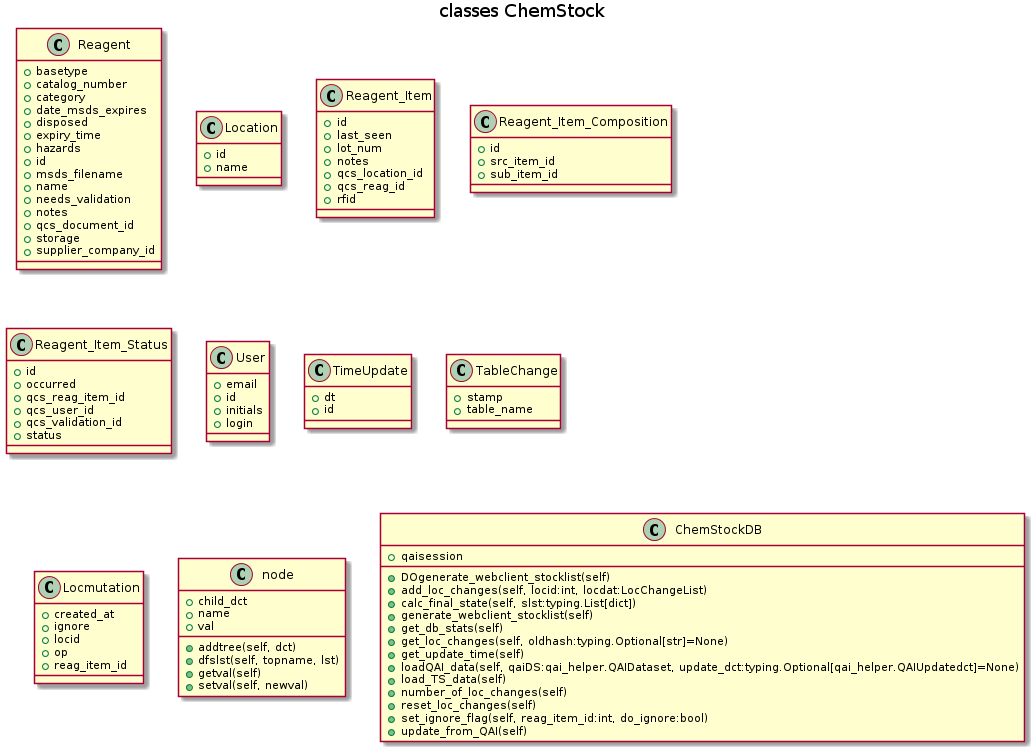
Above: stocky-devel/stocky/docs/source/uml_images/classes_ChemStock_classes.png in cfe-lab/stocky (PlantUML), before the change.
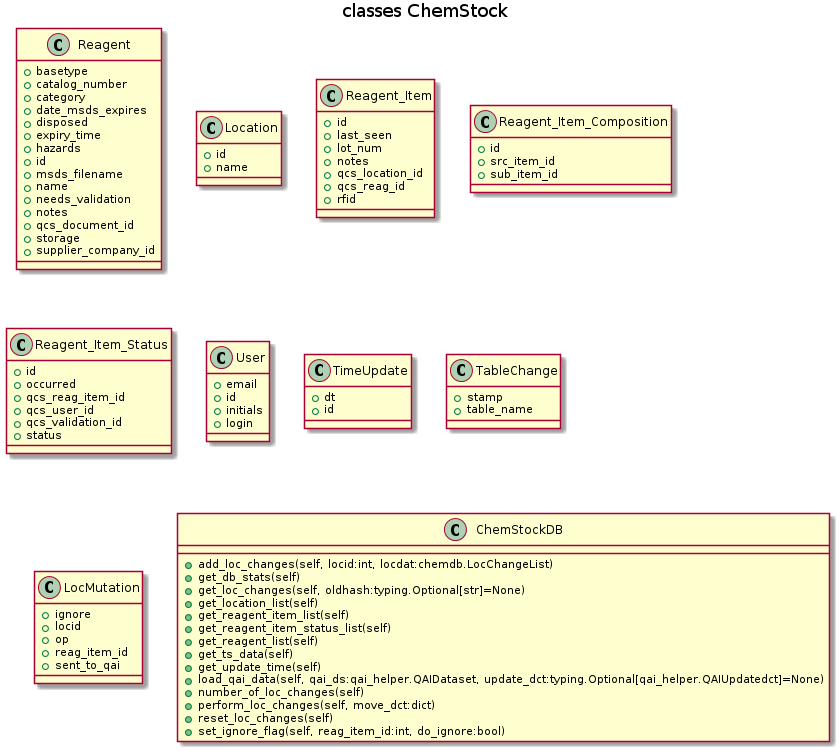
After the change.

What changed in the source:
```diff
@@ -57,37 +57,28 @@
     +stamp
     +table_name
 }
-class Locmutation {
-    +created_at
+class LocMutation {
     +ignore
     +locid
     +op
     +reag_item_id
-}
-class node {
-    +child_dct
-    +name
-    +val
-    +addtree(self, dct)
-    +dfslst(self, topname, lst)
-    +getval(self)
-    +setval(self, newval)
+    +sent_to_qai
 }
 class ChemStockDB {
-    +qaisession
-    +DOgenerate_webclient_stocklist(self)
-    +add_loc_changes(self, locid:int, locdat:LocChangeList)
-    +calc_final_state(self, slst:typing.List[dict])
-    +generate_webclient_stocklist(self)
+    +add_loc_changes(self, locid:int, locdat:chemdb.LocChangeList)
     +get_db_stats(self)
     +get_loc_changes(self, oldhash:typing.Optional[str]=None)
+    +get_location_list(self)
+    +get_reagent_item_list(self)
+    +get_reagent_item_status_list(self)
+    +get_reagent_list(self)
+    +get_ts_data(self)
     +get_update_time(self)
-    +loadQAI_data(self, qaiDS:qai_helper.QAIDataset, update_dct:typing.Optional[qai_helper.QAIUpdatedct]=None)
-    +load_TS_data(self)
+    +load_qai_data(self, qai_ds:qai_helper.QAIDataset, update_dct:typing.Optional[qai_helper.QAIUpdatedct]=None)
     +number_of_loc_changes(self)
+    +perform_loc_changes(self, move_dct:dict)
     +reset_loc_changes(self)
     +set_ignore_flag(self, reag_item_id:int, do_ignore:bool)
-    +update_from_QAI(self)
 }
 
 
```
